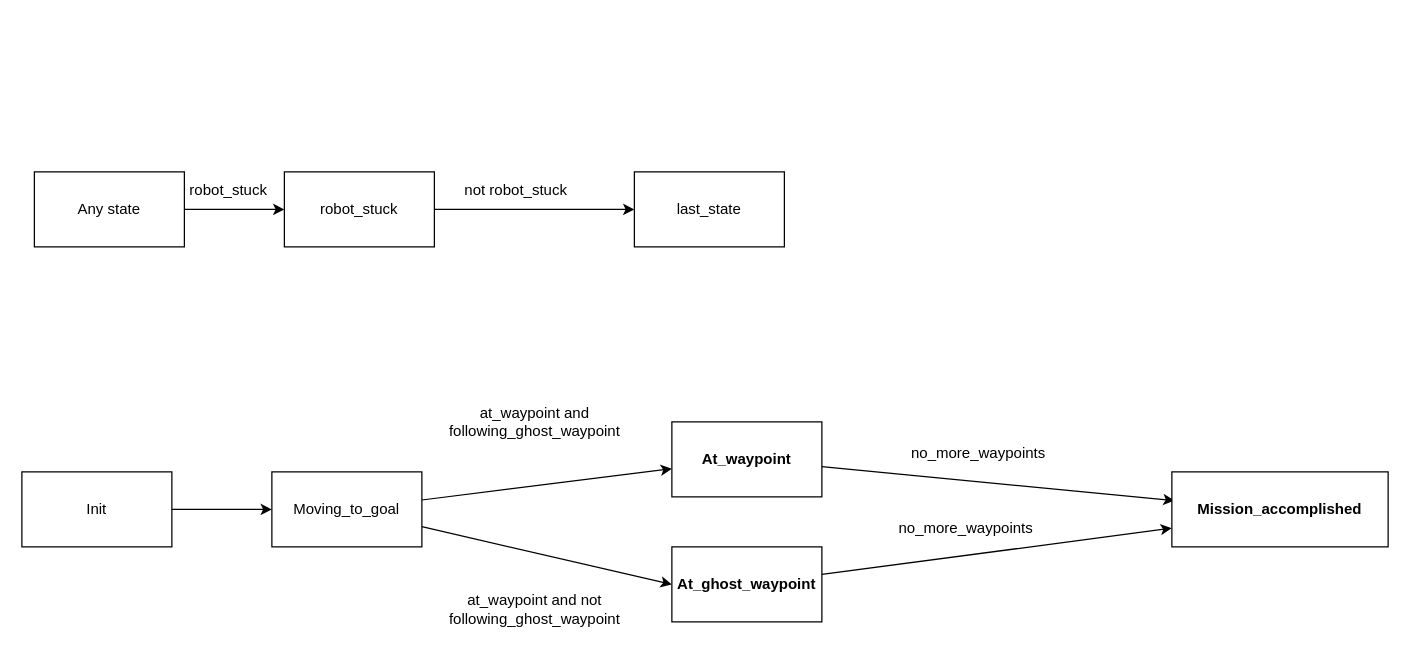
The draw.io diagram page "Autonomous_fsm" (1 of 3) of Robot_State_Machine.drawio in AMR-Frederico/fred2_machine_states, before the edit. Source tidied: cells renumbered, new cells numbered last; positions are measured from the earlier drawing's top-left corner, leaving out a move shared by most shapes. Both pictures are drawn from the tidied source at 125%, with x=0, y=0 at pixel (21, 171).
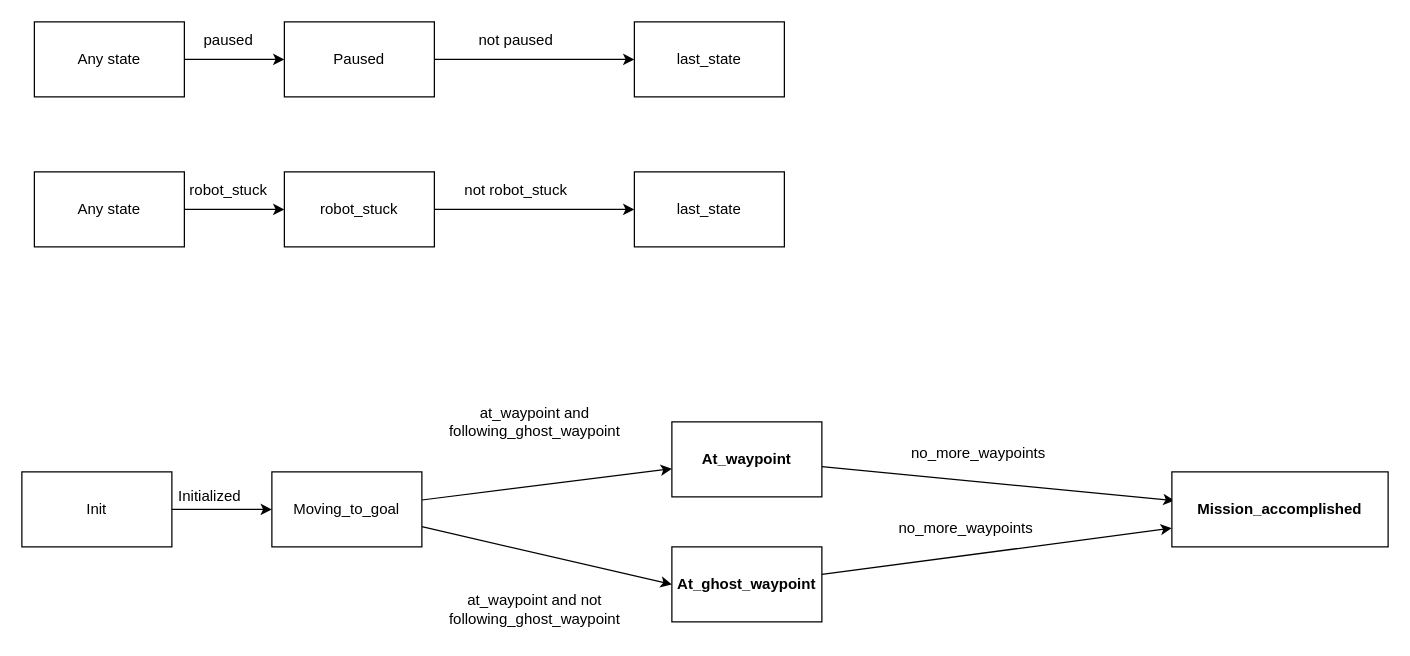
After the change.

Commit message (it also covers changes not shown here):
Update diagram -> add paused mode

Diff of the diagram source:
```diff
@@
+    <mxCell id="23" style="edgeStyle=none;html=1;" parent="1" edge="1" source="24" target="26">
+      <mxGeometry relative="1" as="geometry" />
+    </mxCell>
+    <mxCell id="24" value="Any state" style="rounded=0;whiteSpace=wrap;html=1;" parent="1" vertex="1">
+      <mxGeometry x="10" y="-120" width="120" height="60" as="geometry" />
+    </mxCell>
+    <mxCell id="25" style="edgeStyle=none;html=1;" parent="1" edge="1" source="26" target="28">
+      <mxGeometry relative="1" as="geometry" />
+    </mxCell>
+    <mxCell id="26" value="Paused" style="rounded=0;whiteSpace=wrap;html=1;" parent="1" vertex="1">
+      <mxGeometry x="210" y="-120" width="120" height="60" as="geometry" />
+    </mxCell>
+    <mxCell id="27" value="paused" style="text;html=1;align=center;verticalAlign=middle;strokeColor=none;fillColor=none;" parent="1" vertex="1">
+      <mxGeometry x="135" y="-120" width="60" height="30" as="geometry" />
+    </mxCell>
+    <mxCell id="28" value="last_state" style="rounded=0;whiteSpace=wrap;html=1;" parent="1" vertex="1">
+      <mxGeometry x="490" y="-120" width="120" height="60" as="geometry" />
+    </mxCell>
+    <mxCell id="29" value="not paused" style="text;html=1;align=center;verticalAlign=middle;strokeColor=none;fillColor=none;" parent="1" vertex="1">
+      <mxGeometry x="355" y="-120" width="80" height="30" as="geometry" />
+    </mxCell>
+    <mxCell id="30" value="Initialized" style="text;html=1;align=center;verticalAlign=middle;strokeColor=none;fillColor=none;" parent="1" vertex="1">
+      <mxGeometry x="115" y="245" width="70" height="30" as="geometry" />
+    </mxCell>
```
